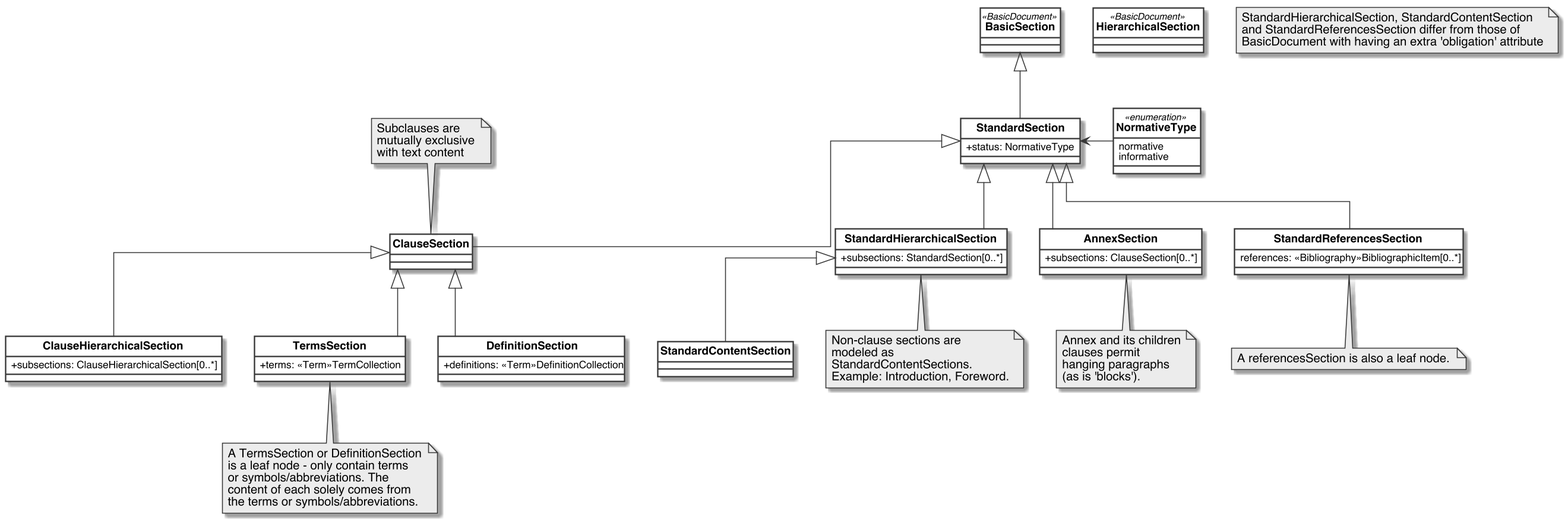
Above: standoc/images/StandardDoc_Sections.png in metanorma/standoc-models (PlantUML), before the change.
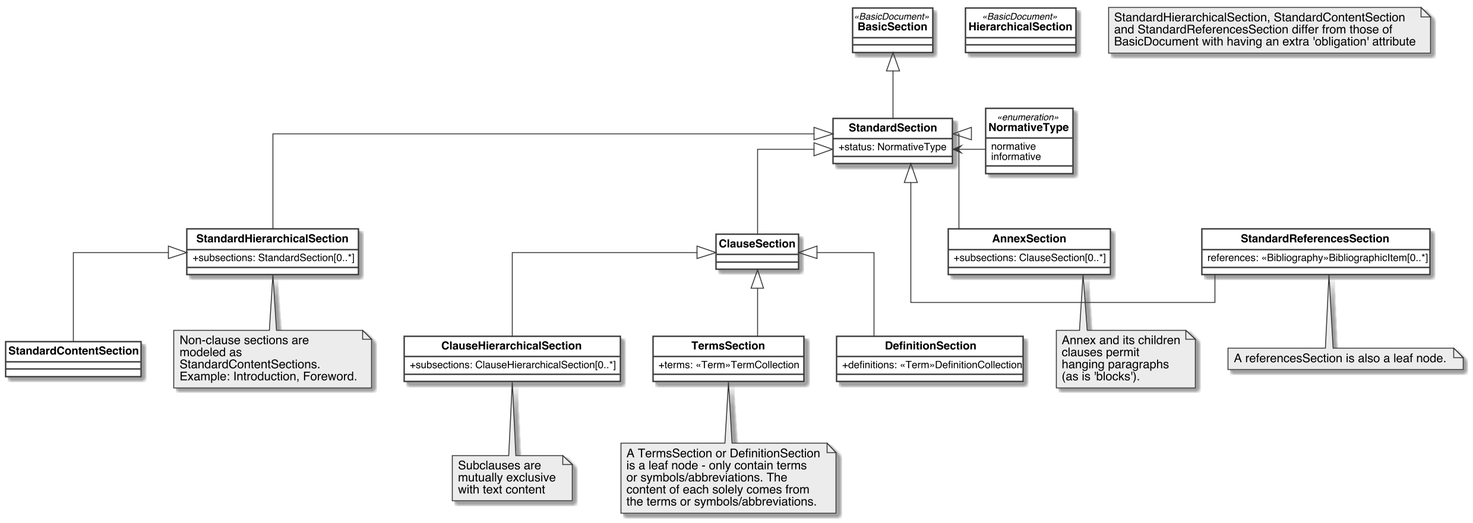
After the commit.

Change to the diagram source:
```diff
@@ -80,7 +80,7 @@
 
 note "StandardHierarchicalSection, StandardContentSection\nand StandardReferencesSection differ from those of\nBasicDocument with having an extra 'obligation' attribute" as N1
 note bottom of StandardHierarchicalSection: Non-clause sections are\nmodeled as\nStandardContentSections.\nExample: Introduction, Foreword.
-note top of ClauseSection: Subclauses are\nmutually exclusive\nwith text content
+note bottom of ClauseHierarchicalSection: Subclauses are\nmutually exclusive\nwith text content
 note bottom of TermsSection: A TermsSection or DefinitionSection\nis a leaf node - only contain terms\nor symbols/abbreviations. The\ncontent of each solely comes from\nthe terms or symbols/abbreviations.
 note bottom of AnnexSection: Annex and its children\nclauses permit\nhanging paragraphs\n(as is 'blocks').
 note bottom of StandardReferencesSection: A referencesSection is also a leaf node.
```
